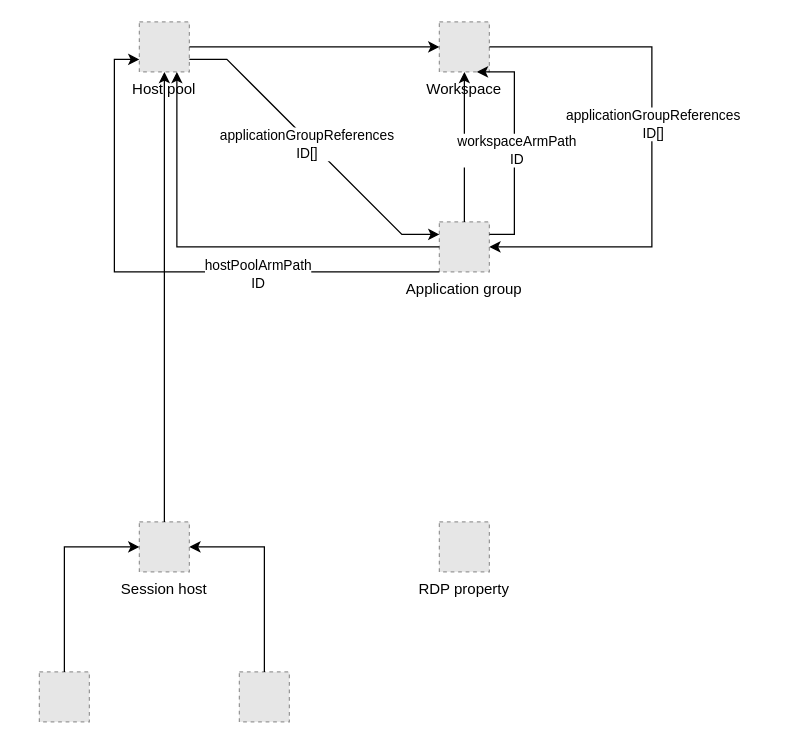
Before: Azure/Azure Virtual Desktop.drawio in jikuja/diagrams.net, a draw.io diagram. Source tidied: cells renumbered, new cells numbered last; positions are measured from the earlier drawing's top-left corner, leaving out a move shared by most shapes. Both pictures are drawn from the tidied source at 125%, with x=0, y=0 at pixel (39, 21). Pictures stored in the file or linked from it are replaced by grey dashed boxes.
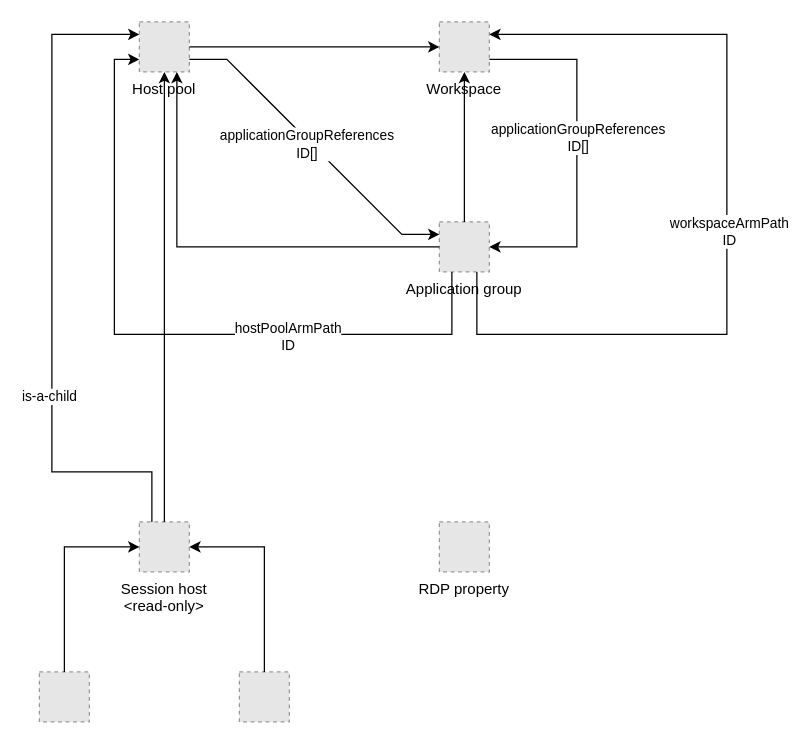
Above is the later version.

Unchanged cells that the change refers to:
```xml
<mxCell id="2" value="Host pool" style="fillColor=#E6E6E6;strokeColor=#999999;dashed=1;verticalLabelPosition=bottom;align=center;verticalAlign=top;" parent="1" vertex="1">
  <mxGeometry x="80" width="40" height="40" as="geometry" />
</mxCell>
<mxCell id="3" value="Workspace" style="fillColor=#E6E6E6;strokeColor=#999999;dashed=1;verticalLabelPosition=bottom;align=center;verticalAlign=top;" parent="1" vertex="1">
  <mxGeometry x="320" width="40" height="40" as="geometry" />
</mxCell>
<mxCell id="4" value="Application group" style="fillColor=#E6E6E6;strokeColor=#999999;dashed=1;verticalLabelPosition=bottom;align=center;verticalAlign=top;" parent="1" vertex="1">
  <mxGeometry x="320" y="160" width="40" height="40" as="geometry" />
</mxCell>
```

The edit, as a diff of the source:
```diff
@@
-    <mxCell id="6" value="Session host" style="fillColor=#E6E6E6;strokeColor=#999999;dashed=1;verticalLabelPosition=bottom;align=center;verticalAlign=top;" parent="1" vertex="1">
+    <mxCell id="6" value="Session host&#10;&lt;read-only&gt;" style="fillColor=#E6E6E6;strokeColor=#999999;dashed=1;verticalLabelPosition=bottom;align=center;verticalAlign=top;" parent="1" vertex="1">
       <mxGeometry x="80" y="400" width="40" height="40" as="geometry" />
     </mxCell>
@@
     <mxCell id="23" style="edgeStyle=orthogonalEdgeStyle;rounded=0;jettySize=auto;html=1;entryX=1;entryY=0.5;entryDx=0;entryDy=0;" parent="16" edge="1" source="3" target="4">
       <mxGeometry relative="1" as="geometry">
         <Array as="points">
-          <mxPoint x="490" y="20" />
-          <mxPoint x="490" y="180" />
+          <mxPoint x="430" y="30" />
+          <mxPoint x="430" y="180" />
         </Array>
       </mxGeometry>
     </mxCell>
@@
     <mxCell id="27" style="edgeStyle=orthogonalEdgeStyle;rounded=0;jettySize=auto;html=1;entryX=0;entryY=0.75;entryDx=0;entryDy=0;" parent="16" edge="1" source="4" target="2">
       <mxGeometry relative="1" as="geometry">
         <Array as="points">
-          <mxPoint x="60" y="200" />
+          <mxPoint x="330" y="250" />
+          <mxPoint x="60" y="250" />
           <mxPoint x="60" y="30" />
         </Array>
       </mxGeometry>
     </mxCell>
@@
-    <mxCell id="29" style="edgeStyle=orthogonalEdgeStyle;rounded=0;jettySize=auto;html=1;exitX=1;exitY=0.25;exitDx=0;exitDy=0;entryX=0.75;entryY=1;entryDx=0;entryDy=0;" parent="16" edge="1" source="4" target="3">
+    <mxCell id="29" style="edgeStyle=orthogonalEdgeStyle;rounded=0;jettySize=auto;html=1;exitX=0.75;exitY=1;exitDx=0;exitDy=0;entryX=1;entryY=0.25;entryDx=0;entryDy=0;" parent="16" edge="1" source="4" target="3">
       <mxGeometry relative="1" as="geometry">
         <Array as="points">
-          <mxPoint x="380" y="170" />
-          <mxPoint x="380" y="40" />
+          <mxPoint x="350" y="250" />
+          <mxPoint x="550" y="250" />
+          <mxPoint x="550" y="10" />
         </Array>
       </mxGeometry>
     </mxCell>
@@
+    <mxCell id="31" style="edgeStyle=orthogonalEdgeStyle;rounded=0;jettySize=auto;html=1;entryX=0;entryY=0.25;entryDx=0;entryDy=0;" parent="16" edge="1" source="6" target="2">
+      <mxGeometry relative="1" as="geometry">
+        <Array as="points">
+          <mxPoint x="90" y="360" />
+          <mxPoint x="10" y="360" />
+          <mxPoint x="10" y="10" />
+        </Array>
+      </mxGeometry>
+    </mxCell>
+    <mxCell id="32" value="is-a-child" style="edgeLabel;html=1;align=center;verticalAlign=middle;" parent="31" vertex="1">
+      <mxGeometry x="-0.33" y="3" relative="1" as="geometry" />
+    </mxCell>
```
